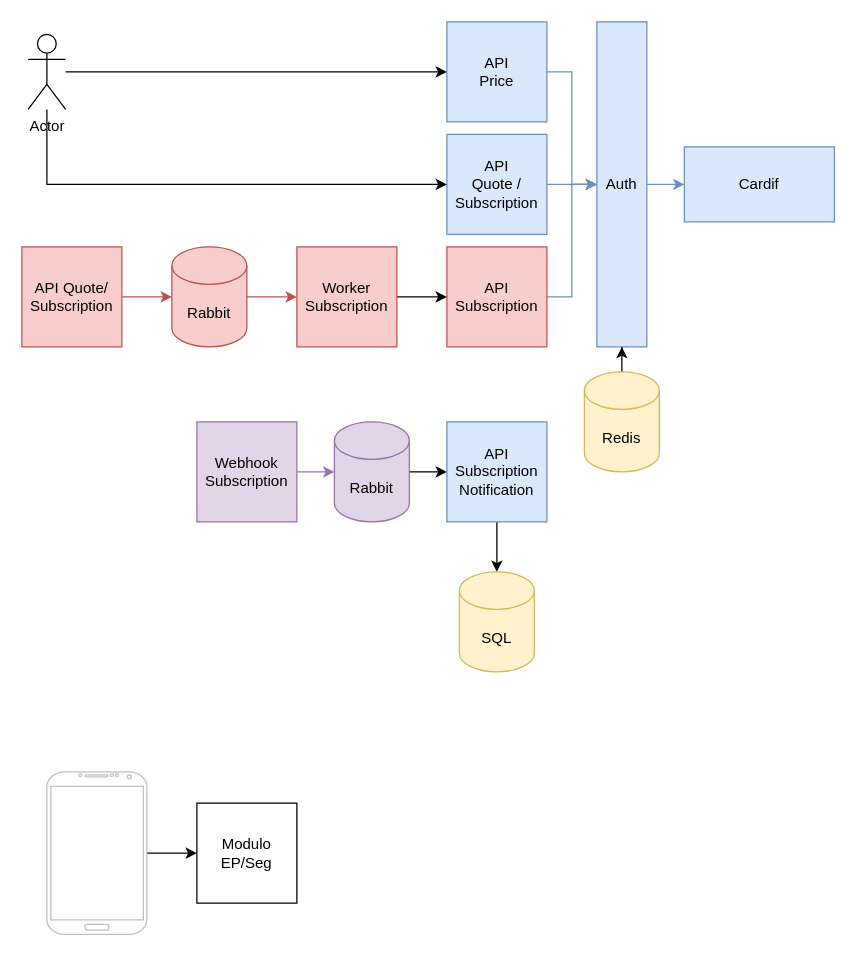
Above: Untitled Diagram.drawio in fiewski/draw (draw.io), before the change. Source tidied: cells renumbered, new cells numbered last; positions are measured from the earlier drawing's top-left corner, leaving out a move shared by most shapes. Both pictures are drawn from the tidied source at 125%, with x=0, y=0 at pixel (21, 21).
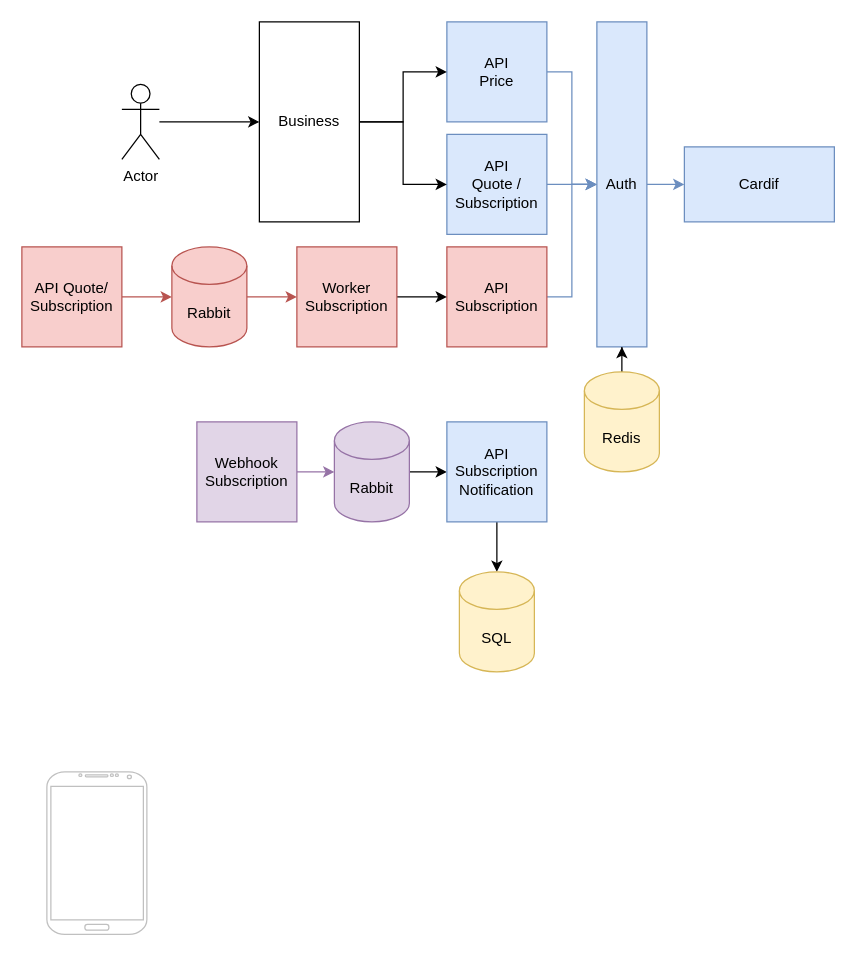
The same page after the edit.

Unchanged cells that the change refers to:
```xml
<mxCell id="5" value="API&lt;br&gt;Quote /&lt;br&gt;Subscription" style="whiteSpace=wrap;html=1;fillColor=#dae8fc;strokeColor=#6c8ebf;" parent="1" vertex="1">
  <mxGeometry x="340" y="90" width="80" height="80" as="geometry" />
</mxCell>
<mxCell id="8" value="API &lt;br&gt;Price" style="whiteSpace=wrap;html=1;fillColor=#dae8fc;strokeColor=#6c8ebf;" parent="1" vertex="1">
  <mxGeometry x="340" width="80" height="80" as="geometry" />
</mxCell>
<mxCell id="30" style="verticalLabelPosition=bottom;verticalAlign=top;html=1;shadow=0;dashed=0;strokeWidth=1;shape=mxgraph.android.phone2;strokeColor=#c0c0c0;" parent="1" vertex="1">
  <mxGeometry x="20" y="600" width="80" height="130" as="geometry" />
</mxCell>
```

The edit, as a diff of the source:
```diff
@@
-    <mxCell id="24" style="edgeStyle=orthogonalEdgeStyle;rounded=0;jettySize=auto;html=1;entryX=0;entryY=0.5;entryDx=0;entryDy=0;" parent="1" edge="1" source="26" target="8">
-      <mxGeometry relative="1" as="geometry" />
-    </mxCell>
-    <mxCell id="25" style="edgeStyle=orthogonalEdgeStyle;rounded=0;jettySize=auto;html=1;entryX=0;entryY=0.5;entryDx=0;entryDy=0;" parent="1" edge="1" source="26" target="5">
-      <mxGeometry relative="1" as="geometry">
-        <Array as="points">
-          <mxPoint x="20" y="130" />
-        </Array>
-      </mxGeometry>
-    </mxCell>
+    <mxCell id="32" style="edgeStyle=orthogonalEdgeStyle;rounded=0;jettySize=auto;html=1;entryX=0;entryY=0.5;entryDx=0;entryDy=0;" parent="1" edge="1" source="26" target="35">
+      <mxGeometry relative="1" as="geometry" />
+    </mxCell>
     <mxCell id="26" value="Actor" style="shape=umlActor;verticalLabelPosition=bottom;verticalAlign=top;html=1;outlineConnect=0;" parent="1" vertex="1">
-      <mxGeometry x="5" y="10" width="30" height="60" as="geometry" />
+      <mxGeometry x="80" y="50" width="30" height="60" as="geometry" />
     </mxCell>
@@
-    <mxCell id="29" style="edgeStyle=orthogonalEdgeStyle;rounded=0;jettySize=auto;html=1;" parent="1" edge="1" source="30" target="31">
-      <mxGeometry relative="1" as="geometry" />
-    </mxCell>
@@
-    <mxCell id="31" value="Modulo&lt;br&gt;EP/Seg" style="whiteSpace=wrap;html=1;" parent="1" vertex="1">
-      <mxGeometry x="140" y="625" width="80" height="80" as="geometry" />
-    </mxCell>
+    <mxCell id="33" style="edgeStyle=orthogonalEdgeStyle;rounded=0;jettySize=auto;html=1;entryX=0;entryY=0.5;entryDx=0;entryDy=0;" parent="1" edge="1" source="35" target="8">
+      <mxGeometry relative="1" as="geometry" />
+    </mxCell>
+    <mxCell id="34" style="edgeStyle=orthogonalEdgeStyle;rounded=0;jettySize=auto;html=1;entryX=0;entryY=0.5;entryDx=0;entryDy=0;" parent="1" edge="1" source="35" target="5">
+      <mxGeometry relative="1" as="geometry" />
+    </mxCell>
+    <mxCell id="35" value="Business" style="rounded=0;whiteSpace=wrap;html=1;" parent="1" vertex="1">
+      <mxGeometry x="190" width="80" height="160" as="geometry" />
+    </mxCell>
```
